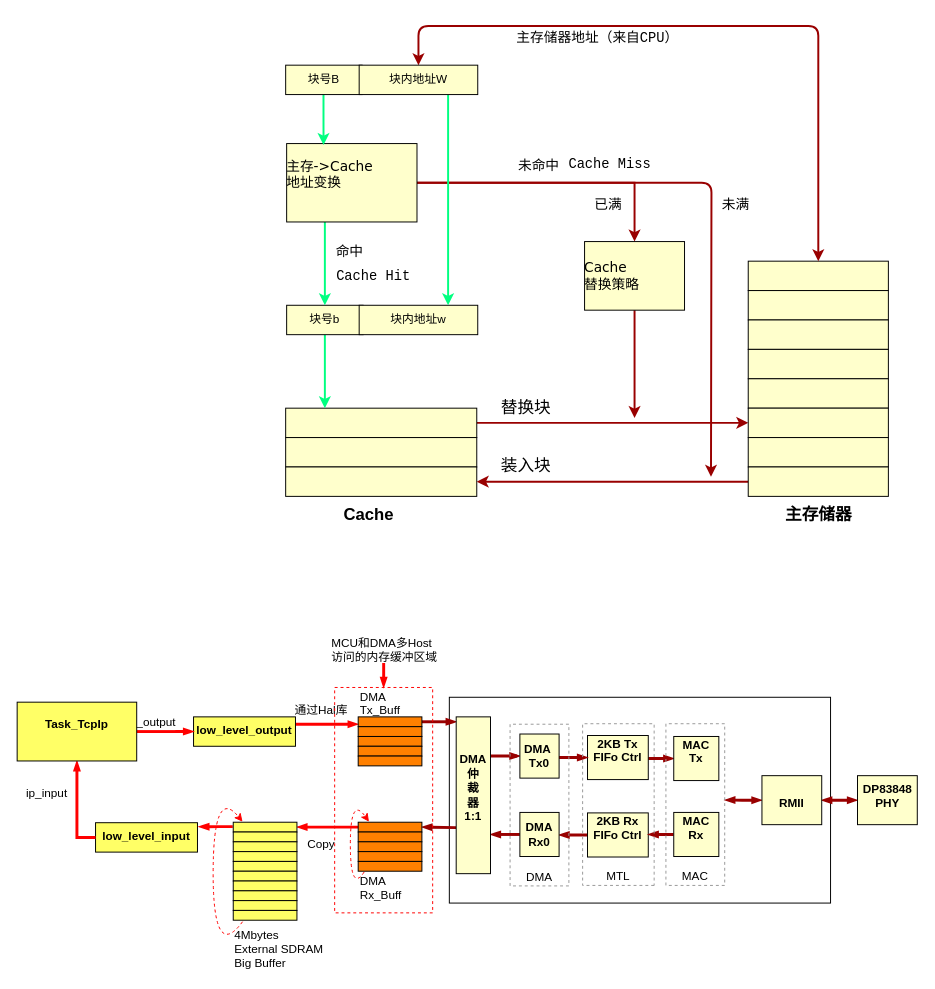
Above: DMA数据数据发送逻辑.drawio in zjh6607476/drawing (draw.io), before the change. Source tidied: cells renumbered, new cells numbered last; positions are measured from the earlier drawing's top-left corner, leaving out a move shared by most shapes. Both pictures are drawn from the tidied source at 98%, with x=0, y=0 at pixel (17, 25).
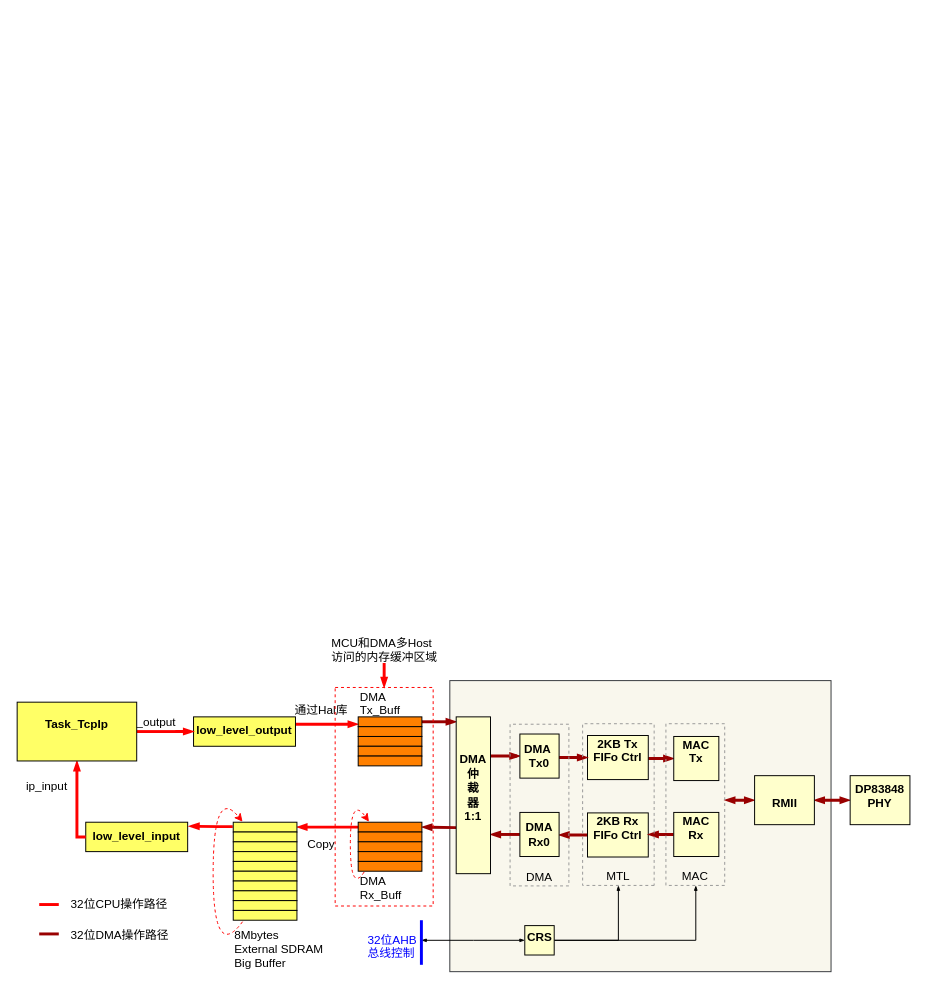
The same diagram, later.

Commit message (it also covers changes not shown here):
Update DMA数据数据发送逻辑.drawio

The change refers to these unchanged cells:
```xml
<mxCell id="95" value="MTL" style="rounded=0;whiteSpace=wrap;html=1;fillColor=none;fontSize=12;align=center;direction=west;dashed=1;strokeColor=#999999;verticalAlign=bottom;" parent="1" vertex="1">
  <mxGeometry x="577" y="712" width="73" height="165" as="geometry" />
</mxCell>
<mxCell id="96" value="MAC" style="rounded=0;whiteSpace=wrap;html=1;fillColor=none;fontSize=12;align=center;direction=west;dashed=1;strokeColor=#999999;verticalAlign=bottom;" parent="1" vertex="1">
  <mxGeometry x="662" y="712" width="60" height="165" as="geometry" />
</mxCell>
```

The edit, as a diff of the source:
```diff
@@
-    <mxCell id="2" style="edgeStyle=orthogonalEdgeStyle;rounded=0;jettySize=auto;html=1;exitX=1;exitY=0.5;exitDx=0;exitDy=0;entryX=0;entryY=0.5;entryDx=0;entryDy=0;strokeColor=#990000;strokeWidth=2;" parent="1" edge="1" source="3" target="12">
-      <mxGeometry relative="1" as="geometry" />
-    </mxCell>
-    <mxCell id="3" style="align=center;verticalAlign=middle;fontStyle=1;strokeWidth=1;fillColor=#FFFFCC;spacing=0;whiteSpace=wrap;" parent="1" vertex="1">
-      <mxGeometry x="274" y="390" width="195" height="30" as="geometry" />
-    </mxCell>
-    <mxCell id="4" style="whiteSpace=wrap;align=center;verticalAlign=middle;fontStyle=1;strokeWidth=1;fillColor=#FFFFCC;" parent="1" vertex="1">
-      <mxGeometry x="274" y="420" width="195" height="30" as="geometry" />
-    </mxCell>
-    <mxCell id="5" style="whiteSpace=wrap;align=center;verticalAlign=middle;fontStyle=1;strokeWidth=1;fillColor=#FFFFCC;" parent="1" vertex="1">
-      <mxGeometry x="274" y="450" width="195" height="30" as="geometry" />
-    </mxCell>
-    <mxCell id="6" value="&lt;font style=&quot;font-size: 17px&quot;&gt;Cache&lt;/font&gt;" style="text;html=1;strokeColor=none;fillColor=none;align=center;verticalAlign=middle;whiteSpace=wrap;rounded=0;fontStyle=1;" parent="1" vertex="1">
-      <mxGeometry x="339" y="490" width="40" height="20" as="geometry" />
-    </mxCell>
-    <mxCell id="7" style="align=center;verticalAlign=middle;fontStyle=1;strokeWidth=1;fillColor=#FFFFCC;spacing=0;whiteSpace=wrap;" parent="1" vertex="1">
-      <mxGeometry x="746" y="240" width="143" height="30" as="geometry" />
-    </mxCell>
-    <mxCell id="8" style="align=center;verticalAlign=middle;fontStyle=1;strokeWidth=1;fillColor=#FFFFCC;spacing=0;whiteSpace=wrap;" parent="1" vertex="1">
-      <mxGeometry x="746" y="270" width="143" height="30" as="geometry" />
-    </mxCell>
-    <mxCell id="9" style="align=center;verticalAlign=middle;fontStyle=1;strokeWidth=1;fillColor=#FFFFCC;spacing=0;whiteSpace=wrap;" parent="1" vertex="1">
-      <mxGeometry x="746" y="300" width="143" height="30" as="geometry" />
-    </mxCell>
-    <mxCell id="10" style="align=center;verticalAlign=middle;fontStyle=1;strokeWidth=1;fillColor=#FFFFCC;spacing=0;whiteSpace=wrap;" parent="1" vertex="1">
-      <mxGeometry x="746" y="330" width="143" height="30" as="geometry" />
-    </mxCell>
-    <mxCell id="11" style="align=center;verticalAlign=middle;fontStyle=1;strokeWidth=1;fillColor=#FFFFCC;spacing=0;whiteSpace=wrap;" parent="1" vertex="1">
-      <mxGeometry x="746" y="360" width="143" height="30" as="geometry" />
-    </mxCell>
-    <mxCell id="12" style="align=center;verticalAlign=middle;fontStyle=1;strokeWidth=1;fillColor=#FFFFCC;spacing=0;whiteSpace=wrap;" parent="1" vertex="1">
-      <mxGeometry x="746" y="390" width="143" height="30" as="geometry" />
-    </mxCell>
-    <mxCell id="13" style="align=center;verticalAlign=middle;fontStyle=1;strokeWidth=1;fillColor=#FFFFCC;spacing=0;whiteSpace=wrap;" parent="1" vertex="1">
-      <mxGeometry x="746" y="420" width="143" height="30" as="geometry" />
-    </mxCell>
-    <mxCell id="14" style="edgeStyle=orthogonalEdgeStyle;rounded=0;jettySize=auto;html=1;exitX=0;exitY=0.5;exitDx=0;exitDy=0;entryX=1;entryY=0.5;entryDx=0;entryDy=0;strokeColor=#990000;strokeWidth=2;" parent="1" edge="1" source="15" target="5">
-      <mxGeometry relative="1" as="geometry" />
-    </mxCell>
-    <mxCell id="15" style="align=center;verticalAlign=middle;fontStyle=1;strokeWidth=1;fillColor=#FFFFCC;spacing=0;whiteSpace=wrap;" parent="1" vertex="1">
-      <mxGeometry x="746" y="450" width="143" height="30" as="geometry" />
-    </mxCell>
-    <mxCell id="16" value="&lt;span style=&quot;font-size: 17px&quot;&gt;主存储器&lt;/span&gt;" style="text;html=1;strokeColor=none;fillColor=none;align=center;verticalAlign=middle;whiteSpace=wrap;rounded=0;fontStyle=1;" parent="1" vertex="1">
-      <mxGeometry x="777.5" y="490" width="80" height="20" as="geometry" />
-    </mxCell>
-    <mxCell id="17" value="&lt;font style=&quot;font-size: 17px&quot;&gt;替换块&lt;/font&gt;" style="text;html=1;strokeColor=none;fillColor=none;align=center;verticalAlign=middle;whiteSpace=wrap;rounded=0;" parent="1" vertex="1">
-      <mxGeometry x="489.5" y="380" width="59" height="20" as="geometry" />
-    </mxCell>
-    <mxCell id="18" value="&lt;font style=&quot;font-size: 17px&quot;&gt;装入块&lt;/font&gt;" style="text;html=1;strokeColor=none;fillColor=none;align=center;verticalAlign=middle;whiteSpace=wrap;rounded=0;" parent="1" vertex="1">
-      <mxGeometry x="489.5" y="440" width="59" height="20" as="geometry" />
-    </mxCell>
-    <mxCell id="19" style="edgeStyle=orthogonalEdgeStyle;rounded=0;jettySize=auto;html=1;strokeColor=#00FF80;strokeWidth=2;fontFamily=Courier New;fontSize=14;fontColor=#99FF99;" parent="1" edge="1" source="20" target="3">
-      <mxGeometry relative="1" as="geometry">
-        <Array as="points">
-          <mxPoint x="314" y="390" />
-          <mxPoint x="314" y="390" />
-        </Array>
-      </mxGeometry>
-    </mxCell>
-    <mxCell id="20" value="块号b" style="align=center;verticalAlign=middle;fontStyle=0;strokeWidth=1;fillColor=#FFFFCC;spacing=0;whiteSpace=wrap;" parent="1" vertex="1">
-      <mxGeometry x="275" y="285" width="78" height="30" as="geometry" />
-    </mxCell>
-    <mxCell id="21" value="块内地址w" style="align=center;verticalAlign=middle;fontStyle=0;strokeWidth=1;fillColor=#FFFFCC;spacing=0;whiteSpace=wrap;" parent="1" vertex="1">
-      <mxGeometry x="349" y="285" width="121" height="30" as="geometry" />
-    </mxCell>
-    <mxCell id="22" style="edgeStyle=orthogonalEdgeStyle;rounded=0;jettySize=auto;html=1;strokeColor=#00FF80;strokeWidth=2;fontFamily=Courier New;fontSize=14;fontColor=#99FF99;entryX=0.5;entryY=0;entryDx=0;entryDy=0;" parent="1" edge="1" source="26" target="20">
-      <mxGeometry relative="1" as="geometry">
-        <Array as="points">
-          <mxPoint x="314" y="220" />
-          <mxPoint x="314" y="220" />
-        </Array>
-      </mxGeometry>
-    </mxCell>
-    <mxCell id="23" value="命中" style="text;html=1;align=center;verticalAlign=middle;labelBackgroundColor=#ffffff;fontSize=14;fontFamily=Courier New;fontColor=#000000;" parent="22" vertex="1">
-      <mxGeometry x="-0.11" y="1" relative="1" as="geometry">
-        <mxPoint x="23" y="-7.5" as="offset" />
-      </mxGeometry>
-    </mxCell>
-    <mxCell id="24" style="edgeStyle=orthogonalEdgeStyle;rounded=0;jettySize=auto;html=1;exitX=1;exitY=0.5;exitDx=0;exitDy=0;startArrow=none;startFill=0;strokeColor=#990000;strokeWidth=2;fontFamily=Courier New;fontSize=14;fontColor=#000000;" parent="1" edge="1" source="26" target="34">
-      <mxGeometry relative="1" as="geometry" />
-    </mxCell>
-    <mxCell id="25" style="edgeStyle=orthogonalEdgeStyle;rounded=1;jettySize=auto;html=1;exitX=1;exitY=0.5;exitDx=0;exitDy=0;startArrow=none;startFill=0;strokeColor=#990000;strokeWidth=2;fontFamily=Courier New;fontSize=14;fontColor=#000000;" parent="1" edge="1" source="26">
-      <mxGeometry relative="1" as="geometry">
-        <mxPoint x="708" y="460" as="targetPoint" />
-      </mxGeometry>
-    </mxCell>
-    <mxCell id="26" value="主存-&gt;Cache&#10;地址变换&#10;" style="align=left;verticalAlign=middle;fontStyle=0;strokeWidth=1;fillColor=#FFFFCC;spacing=0;whiteSpace=wrap;horizontal=1;fontSize=14;fontFamily=Verdana;" parent="1" vertex="1">
-      <mxGeometry x="275" y="120" width="133" height="80" as="geometry" />
-    </mxCell>
-    <mxCell id="27" style="edgeStyle=orthogonalEdgeStyle;rounded=0;jettySize=auto;html=1;strokeColor=#00FF80;strokeWidth=2;fontFamily=Courier New;fontSize=14;fontColor=#000000;entryX=0.283;entryY=0.018;entryDx=0;entryDy=0;entryPerimeter=0;" parent="1" edge="1" source="28" target="26">
-      <mxGeometry relative="1" as="geometry">
-        <Array as="points">
-          <mxPoint x="313" y="95" />
-        </Array>
-      </mxGeometry>
-    </mxCell>
-    <mxCell id="28" value="块号B" style="align=center;verticalAlign=middle;fontStyle=0;strokeWidth=1;fillColor=#FFFFCC;spacing=0;whiteSpace=wrap;" parent="1" vertex="1">
-      <mxGeometry x="274" y="40" width="78" height="30" as="geometry" />
-    </mxCell>
-    <mxCell id="29" style="edgeStyle=orthogonalEdgeStyle;rounded=1;jettySize=auto;html=1;entryX=0.5;entryY=0;entryDx=0;entryDy=0;strokeColor=#990000;strokeWidth=2;fontFamily=Courier New;fontSize=14;fontColor=#000000;startArrow=classic;startFill=1;" parent="1" edge="1" source="31" target="7">
-      <mxGeometry relative="1" as="geometry">
-        <Array as="points">
-          <mxPoint x="410" />
-          <mxPoint x="818" />
-        </Array>
-      </mxGeometry>
-    </mxCell>
-    <mxCell id="30" style="edgeStyle=orthogonalEdgeStyle;rounded=0;jettySize=auto;html=1;exitX=0.75;exitY=1;exitDx=0;exitDy=0;entryX=0.75;entryY=0;entryDx=0;entryDy=0;strokeColor=#00FF80;strokeWidth=2;fontFamily=Courier New;fontSize=14;fontColor=#000000;" parent="1" edge="1" source="31" target="21">
-      <mxGeometry relative="1" as="geometry" />
-    </mxCell>
-    <mxCell id="31" value="块内地址W" style="align=center;verticalAlign=middle;fontStyle=0;strokeWidth=1;fillColor=#FFFFCC;spacing=0;whiteSpace=wrap;" parent="1" vertex="1">
-      <mxGeometry x="349" y="40" width="121" height="30" as="geometry" />
-    </mxCell>
-    <mxCell id="32" value="主存储器地址（来自CPU）" style="text;html=1;align=center;verticalAlign=middle;labelBackgroundColor=#ffffff;fontSize=14;fontFamily=Courier New;fontColor=#000000;" parent="1" vertex="1">
-      <mxGeometry x="568.1" y="19.9" as="geometry">
-        <mxPoint x="23" y="-7.5" as="offset" />
-      </mxGeometry>
-    </mxCell>
-    <mxCell id="33" style="edgeStyle=orthogonalEdgeStyle;rounded=0;jettySize=auto;html=1;exitX=0.5;exitY=1;exitDx=0;exitDy=0;startArrow=none;startFill=0;strokeColor=#990000;strokeWidth=2;fontFamily=Courier New;fontSize=14;fontColor=#000000;" parent="1" edge="1" source="34">
-      <mxGeometry relative="1" as="geometry">
-        <mxPoint x="630" y="400" as="targetPoint" />
-      </mxGeometry>
-    </mxCell>
-    <mxCell id="34" value="Cache&#10;替换策略" style="align=left;verticalAlign=middle;fontStyle=0;strokeWidth=1;fillColor=#FFFFCC;spacing=0;whiteSpace=wrap;horizontal=1;fontSize=14;fontFamily=Verdana;" parent="1" vertex="1">
-      <mxGeometry x="579" y="220" width="102" height="70" as="geometry" />
-    </mxCell>
-    <mxCell id="35" value="未命中" style="text;html=1;align=center;verticalAlign=middle;labelBackgroundColor=#ffffff;fontSize=14;fontFamily=Courier New;fontColor=#000000;" parent="1" vertex="1">
-      <mxGeometry x="508.1" y="149.9" as="geometry">
-        <mxPoint x="23" y="-7.5" as="offset" />
-      </mxGeometry>
-    </mxCell>
-    <mxCell id="36" value="已满" style="text;html=1;align=center;verticalAlign=middle;labelBackgroundColor=#ffffff;fontSize=14;fontFamily=Courier New;fontColor=#000000;" parent="1" vertex="1">
-      <mxGeometry x="579.1" y="189.9" as="geometry">
-        <mxPoint x="23" y="-7.5" as="offset" />
-      </mxGeometry>
-    </mxCell>
-    <mxCell id="37" value="未满" style="text;html=1;align=center;verticalAlign=middle;labelBackgroundColor=#ffffff;fontSize=14;fontFamily=Courier New;fontColor=#000000;" parent="1" vertex="1">
-      <mxGeometry x="709.1" y="189.9" as="geometry">
-        <mxPoint x="23" y="-7.5" as="offset" />
-      </mxGeometry>
-    </mxCell>
-    <mxCell id="38" value="Cache Hit" style="text;html=1;align=left;verticalAlign=top;spacingTop=-4;fontSize=14;fontFamily=Courier New;fontColor=#000000;" parent="1" vertex="1">
-      <mxGeometry x="324" y="245" width="90" height="20" as="geometry" />
-    </mxCell>
-    <mxCell id="39" value="Cache Miss" style="text;html=1;align=left;verticalAlign=top;spacingTop=-4;fontSize=14;fontFamily=Courier New;fontColor=#000000;" parent="1" vertex="1">
-      <mxGeometry x="561" y="130" width="100" height="20" as="geometry" />
-    </mxCell>
-    <mxCell id="40" style="align=center;verticalAlign=middle;fontStyle=1;strokeWidth=1;fillColor=#FFFFFF;spacing=0;whiteSpace=wrap;" parent="1" vertex="1">
-      <mxGeometry x="441" y="685" width="389" height="210" as="geometry" />
+    <mxCell id="40" style="align=center;verticalAlign=middle;fontStyle=1;strokeWidth=1;fillColor=#f9f7ed;spacing=0;whiteSpace=wrap;strokeColor=#36393d;" parent="1" vertex="1">
+      <mxGeometry x="441.5" y="668" width="389" height="297" as="geometry" />
     </mxCell>
@@
     <mxCell id="53" style="edgeStyle=orthogonalEdgeStyle;rounded=0;jettySize=auto;html=1;entryX=-0.002;entryY=0.528;entryDx=0;entryDy=0;entryPerimeter=0;startArrow=blockThin;startFill=1;endArrow=blockThin;endFill=1;strokeColor=#990000;strokeWidth=3;fontSize=12;endSize=3;startSize=3;" parent="1" edge="1" source="55" target="96">
-      <mxGeometry relative="1" as="geometry" />
+      <mxGeometry relative="1" as="geometry">
+        <Array as="points">
+          <mxPoint x="732.5" y="790" />
+          <mxPoint x="732.5" y="790" />
+        </Array>
+      </mxGeometry>
     </mxCell>
@@
     <mxCell id="55" value="RMII&#10;" style="align=center;verticalAlign=bottom;fontStyle=1;strokeWidth=1;fillColor=#FFFFCC;spacing=0;whiteSpace=wrap;horizontal=1;" parent="1" vertex="1">
-      <mxGeometry x="760" y="765" width="61" height="50" as="geometry" />
+      <mxGeometry x="752.5" y="765" width="61" height="50" as="geometry" />
     </mxCell>
     <mxCell id="56" value="DP83848&#10;PHY&#10;" style="align=center;verticalAlign=bottom;fontStyle=1;strokeWidth=1;fillColor=#FFFFCC;spacing=0;whiteSpace=wrap;horizontal=1;" parent="1" vertex="1">
-      <mxGeometry x="857.5" y="765" width="61" height="50" as="geometry" />
+      <mxGeometry x="850" y="765" width="61" height="50" as="geometry" />
     </mxCell>
@@
     <mxCell id="68" value="low_level_input&#10;" style="whiteSpace=wrap;align=center;verticalAlign=top;fontStyle=1;strokeWidth=1;fillColor=#FFFF66;" parent="1" vertex="1">
-      <mxGeometry x="80" y="813" width="104" height="30" as="geometry" />
+      <mxGeometry x="70" y="812.5" width="104" height="30" as="geometry" />
     </mxCell>
@@
-    <mxCell id="85" value="4Mbytes&lt;br&gt;External SDRAM&lt;br&gt;Big Buffer&lt;br&gt;" style="text;html=1;align=left;verticalAlign=top;spacingTop=-4;" parent="1" vertex="1">
+    <mxCell id="85" value="8Mbytes&lt;br&gt;External SDRAM&lt;br&gt;Big Buffer&lt;br&gt;" style="text;html=1;align=left;verticalAlign=top;spacingTop=-4;" parent="1" vertex="1">
       <mxGeometry x="220" y="917.5" width="110" height="40" as="geometry" />
     </mxCell>
@@
     <mxCell id="97" style="rounded=0;whiteSpace=wrap;html=1;dashed=1;strokeColor=#FF0000;fillColor=none;fontSize=12;align=center;" parent="1" vertex="1">
-      <mxGeometry x="324" y="675" width="100" height="230" as="geometry" />
+      <mxGeometry x="324.5" y="675" width="100" height="223" as="geometry" />
     </mxCell>
@@
+    <mxCell id="102" style="endArrow=none;html=1;strokeColor=#FF0000;strokeWidth=3;fontSize=12;fontColor=#FFFFFF;" parent="1" edge="1">
+      <mxGeometry relative="1" as="geometry">
+        <mxPoint x="22.5" y="896.5" as="sourcePoint" />
+        <mxPoint x="42.5" y="896.5" as="targetPoint" />
+      </mxGeometry>
+    </mxCell>
+    <mxCell id="103" value="&lt;font color=&quot;#000000&quot;&gt;32位CPU操作路径&lt;/font&gt;" style="text;html=1;align=left;verticalAlign=top;spacingTop=-4;fontSize=12;fontColor=#FFFFFF;" parent="1" vertex="1">
+      <mxGeometry x="52.5" y="886.5" width="110" height="20" as="geometry" />
+    </mxCell>
+    <mxCell id="104" style="endArrow=none;html=1;strokeColor=#990000;strokeWidth=3;fontSize=12;fontColor=#FFFFFF;" parent="1" edge="1">
+      <mxGeometry relative="1" as="geometry">
+        <mxPoint x="22.5" y="926.5" as="sourcePoint" />
+        <mxPoint x="42.5" y="926.5" as="targetPoint" />
+      </mxGeometry>
+    </mxCell>
+    <mxCell id="105" value="&lt;font color=&quot;#000000&quot;&gt;32位DMA操作路径&lt;br&gt;&lt;/font&gt;" style="text;html=1;align=left;verticalAlign=top;spacingTop=-4;fontSize=12;fontColor=#FFFFFF;" parent="1" vertex="1">
+      <mxGeometry x="52.5" y="917.5" width="120" height="20" as="geometry" />
+    </mxCell>
+    <mxCell id="106" style="edgeStyle=orthogonalEdgeStyle;rounded=0;jettySize=auto;html=1;exitX=1;exitY=0.5;exitDx=0;exitDy=0;startArrow=none;startFill=0;startSize=3;endArrow=blockThin;endFill=1;endSize=3;strokeColor=#000000;strokeWidth=1;fontSize=12;fontColor=#FFFFFF;" parent="1" edge="1" source="109" target="96">
+      <mxGeometry relative="1" as="geometry">
+        <Array as="points">
+          <mxPoint x="692.5" y="933" />
+        </Array>
+      </mxGeometry>
+    </mxCell>
+    <mxCell id="107" style="edgeStyle=orthogonalEdgeStyle;rounded=0;jettySize=auto;html=1;exitX=1;exitY=0.5;exitDx=0;exitDy=0;startArrow=none;startFill=0;startSize=3;endArrow=blockThin;endFill=1;endSize=3;strokeColor=#000000;strokeWidth=1;fontSize=12;fontColor=#FFFFFF;" parent="1" edge="1" source="109" target="95">
+      <mxGeometry relative="1" as="geometry" />
+    </mxCell>
+    <mxCell id="108" style="edgeStyle=orthogonalEdgeStyle;rounded=0;jettySize=auto;html=1;exitX=0;exitY=0.5;exitDx=0;exitDy=0;startArrow=blockThin;startFill=1;startSize=3;endArrow=blockThin;endFill=1;endSize=3;strokeColor=#000000;strokeWidth=1;fontSize=12;fontColor=#FFFFFF;" parent="1" edge="1" source="109">
+      <mxGeometry relative="1" as="geometry">
+        <mxPoint x="412.5" y="933" as="targetPoint" />
+      </mxGeometry>
+    </mxCell>
+    <mxCell id="109" value="CRS&lt;br&gt;" style="align=center;verticalAlign=top;fontStyle=1;strokeWidth=1;fillColor=#FFFFCC;spacing=0;horizontal=1;html=1;labelBackgroundColor=none;" parent="1" vertex="1">
+      <mxGeometry x="518" y="918" width="30" height="30" as="geometry" />
+    </mxCell>
+    <mxCell id="110" style="endArrow=none;html=1;strokeColor=#0000FF;strokeWidth=3;fontSize=12;fontColor=#FFFFFF;" parent="1" edge="1">
+      <mxGeometry relative="1" as="geometry">
+        <mxPoint x="412.5" y="958" as="sourcePoint" />
+        <mxPoint x="412.5" y="912.5" as="targetPoint" />
+      </mxGeometry>
+    </mxCell>
+    <mxCell id="111" value="&lt;font color=&quot;#0000ff&quot;&gt;32位AHB&lt;br&gt;总线控制&lt;/font&gt;" style="text;html=1;align=left;verticalAlign=top;spacingTop=-4;fontSize=12;fontColor=#FFFFFF;" parent="1" vertex="1">
+      <mxGeometry x="355.5" y="922.5" width="70" height="30" as="geometry" />
+    </mxCell>
```
